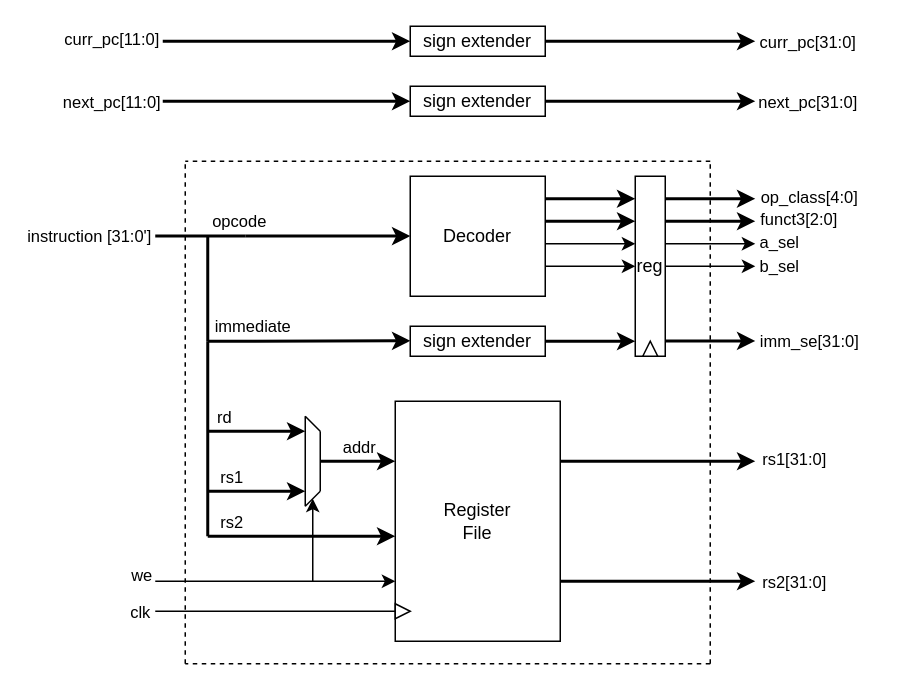
The draw.io diagram docs/images/ID_BD.drawio in mircotoll01/VHDL-RISC-V, before the edit. Source tidied: cells renumbered, new cells numbered last; positions are measured from the earlier drawing's top-left corner, leaving out a move shared by most shapes. Both pictures are drawn from the tidied source at 150%, with x=0, y=0 at pixel (154, 26).
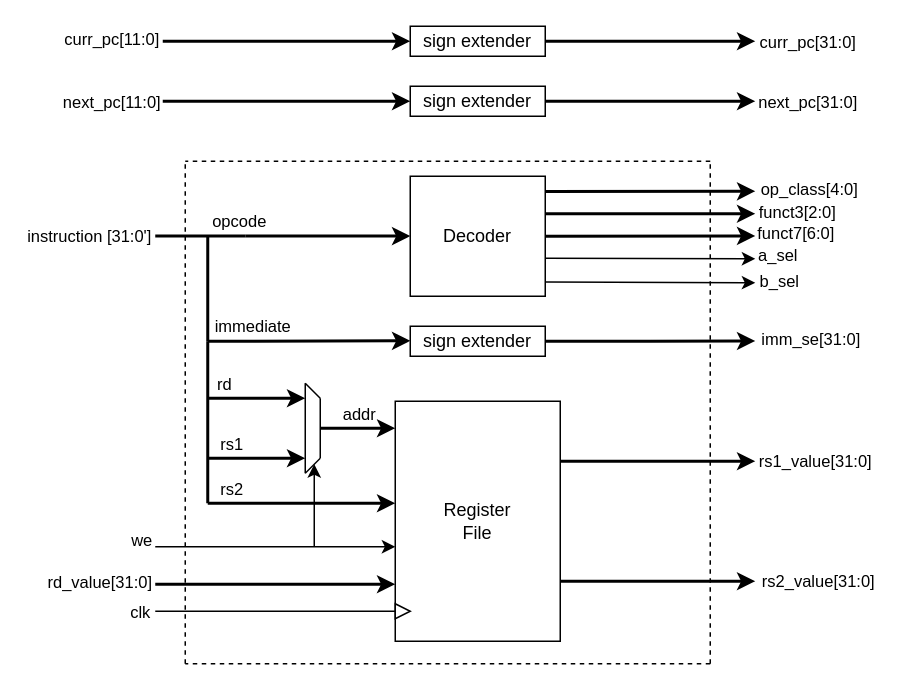
After the change.

Unchanged cells that the change refers to:
```xml
<mxCell id="2" value="&lt;div&gt;Register&lt;/div&gt;&lt;div&gt;File&lt;/div&gt;" style="rounded=0;whiteSpace=wrap;html=1;" parent="1" vertex="1">
  <mxGeometry x="160" y="250" width="110" height="160" as="geometry" />
</mxCell>
<mxCell id="3" value="sign extender" style="rounded=0;whiteSpace=wrap;html=1;" parent="1" vertex="1">
  <mxGeometry x="170" y="200" width="90" height="20" as="geometry" />
</mxCell>
<mxCell id="23" value="Decoder" style="rounded=0;whiteSpace=wrap;html=1;" parent="1" vertex="1">
  <mxGeometry x="170" y="100" width="90" height="80" as="geometry" />
</mxCell>
<mxCell id="36" style="endArrow=classic;html=1;rounded=0;strokeWidth=2;" parent="1" edge="1">
  <mxGeometry relative="1" as="geometry">
    <mxPoint x="270" y="290" as="sourcePoint" />
    <mxPoint x="400" y="290" as="targetPoint" />
  </mxGeometry>
</mxCell>
<mxCell id="38" style="endArrow=classic;html=1;rounded=0;strokeWidth=2;" parent="1" edge="1">
  <mxGeometry relative="1" as="geometry">
    <mxPoint x="270" y="370" as="sourcePoint" />
    <mxPoint x="400" y="370" as="targetPoint" />
  </mxGeometry>
</mxCell>
```

What changed in the source:
```diff
@@
     <mxCell id="4" style="endArrow=none;html=1;rounded=0;" parent="1" edge="1">
       <mxGeometry relative="1" as="geometry">
-        <mxPoint x="100" y="320" as="sourcePoint" />
-        <mxPoint x="110" y="310" as="targetPoint" />
+        <mxPoint x="100" y="298" as="sourcePoint" />
+        <mxPoint x="110" y="288" as="targetPoint" />
       </mxGeometry>
     </mxCell>
     <mxCell id="5" style="endArrow=none;html=1;rounded=0;" parent="1" edge="1">
       <mxGeometry relative="1" as="geometry">
-        <mxPoint x="100" y="260" as="sourcePoint" />
-        <mxPoint x="110" y="270" as="targetPoint" />
+        <mxPoint x="100" y="238" as="sourcePoint" />
+        <mxPoint x="110" y="248" as="targetPoint" />
       </mxGeometry>
     </mxCell>
     <mxCell id="6" style="endArrow=none;html=1;rounded=0;" parent="1" edge="1">
       <mxGeometry relative="1" as="geometry">
-        <mxPoint x="110" y="310" as="sourcePoint" />
-        <mxPoint x="110" y="270" as="targetPoint" />
+        <mxPoint x="110" y="288" as="sourcePoint" />
+        <mxPoint x="110" y="248" as="targetPoint" />
       </mxGeometry>
     </mxCell>
     <mxCell id="7" style="endArrow=none;html=1;rounded=0;" parent="1" edge="1">
       <mxGeometry relative="1" as="geometry">
-        <mxPoint x="100" y="320" as="sourcePoint" />
-        <mxPoint x="100" y="260" as="targetPoint" />
+        <mxPoint x="100" y="298" as="sourcePoint" />
+        <mxPoint x="100" y="238" as="targetPoint" />
       </mxGeometry>
     </mxCell>
-    <mxCell id="8" style="endArrow=classic;html=1;rounded=0;entryX=0;entryY=0.25;entryDx=0;entryDy=0;strokeWidth=2;" parent="1" edge="1" target="2">
+    <mxCell id="8" style="endArrow=classic;html=1;rounded=0;entryX=0;entryY=0.25;entryDx=0;entryDy=0;strokeWidth=2;" parent="1" edge="1">
       <mxGeometry relative="1" as="geometry">
-        <mxPoint x="110" y="290" as="sourcePoint" />
+        <mxPoint x="110" y="268" as="sourcePoint" />
+        <mxPoint x="160" y="268" as="targetPoint" />
       </mxGeometry>
     </mxCell>
@@
     <mxCell id="20" style="endArrow=classic;html=1;rounded=0;" parent="1" edge="1">
       <mxGeometry relative="1" as="geometry">
-        <mxPoint x="105" y="370" as="sourcePoint" />
-        <mxPoint x="105" y="315" as="targetPoint" />
+        <mxPoint x="106" y="347" as="sourcePoint" />
+        <mxPoint x="106" y="292" as="targetPoint" />
       </mxGeometry>
     </mxCell>
-    <mxCell id="21" style="endArrow=classic;html=1;rounded=0;entryX=0;entryY=0.75;entryDx=0;entryDy=0;" parent="1" edge="1" target="2">
+    <mxCell id="21" style="endArrow=classic;html=1;rounded=0;entryX=0;entryY=0.75;entryDx=0;entryDy=0;" parent="1" edge="1">
       <mxGeometry relative="1" as="geometry">
-        <mxPoint y="370" as="sourcePoint" />
+        <mxPoint y="347" as="sourcePoint" />
+        <mxPoint x="160" y="347" as="targetPoint" />
       </mxGeometry>
     </mxCell>
@@
     <mxCell id="24" style="endArrow=classic;html=1;rounded=0;strokeWidth=2;" parent="1" edge="1">
       <mxGeometry relative="1" as="geometry">
-        <mxPoint x="35" y="270" as="sourcePoint" />
-        <mxPoint x="100" y="270" as="targetPoint" />
+        <mxPoint x="35" y="248" as="sourcePoint" />
+        <mxPoint x="100" y="248" as="targetPoint" />
       </mxGeometry>
     </mxCell>
@@
     <mxCell id="26" style="endArrow=classic;html=1;rounded=0;strokeWidth=2;" parent="1" edge="1">
       <mxGeometry relative="1" as="geometry">
-        <mxPoint x="35" y="310" as="sourcePoint" />
-        <mxPoint x="100" y="310" as="targetPoint" />
+        <mxPoint x="35" y="288" as="sourcePoint" />
+        <mxPoint x="100" y="288" as="targetPoint" />
       </mxGeometry>
     </mxCell>
@@
     <mxCell id="30" style="endArrow=none;html=1;rounded=0;strokeWidth=2;" parent="1" edge="1">
       <mxGeometry relative="1" as="geometry">
-        <mxPoint x="35" y="340" as="sourcePoint" />
+        <mxPoint x="35" y="318" as="sourcePoint" />
         <mxPoint x="35" y="210" as="targetPoint" />
       </mxGeometry>
     </mxCell>
@@
-    <mxCell id="37" value="rs1[31:0]" style="edgeLabel;html=1;align=center;verticalAlign=middle;" parent="36" vertex="1">
+    <mxCell id="37" value="rs1_value[31:0]" style="edgeLabel;html=1;align=center;verticalAlign=middle;" parent="36" vertex="1">
       <mxGeometry x="0.09" y="2" relative="1" as="geometry">
-        <mxPoint x="84" as="offset" />
+        <mxPoint x="98" y="1" as="offset" />
       </mxGeometry>
     </mxCell>
@@
-    <mxCell id="39" value="rs2[31:0]" style="edgeLabel;html=1;align=center;verticalAlign=middle;" parent="38" vertex="1">
+    <mxCell id="39" value="rs2_value[31:0]" style="edgeLabel;html=1;align=center;verticalAlign=middle;" parent="38" vertex="1">
       <mxGeometry x="0.71" y="2" relative="1" as="geometry">
-        <mxPoint x="44" y="2" as="offset" />
+        <mxPoint x="60" y="1" as="offset" />
       </mxGeometry>
     </mxCell>
@@
     <mxCell id="43" style="endArrow=classic;html=1;rounded=0;strokeWidth=2;" parent="1" edge="1">
       <mxGeometry relative="1" as="geometry">
-        <mxPoint x="35" y="340" as="sourcePoint" />
-        <mxPoint x="160" y="340" as="targetPoint" />
+        <mxPoint x="35" y="318" as="sourcePoint" />
+        <mxPoint x="160" y="318" as="targetPoint" />
       </mxGeometry>
     </mxCell>
@@
-    <mxCell id="45" value="reg" style="rounded=0;whiteSpace=wrap;html=1;" parent="1" vertex="1">
-      <mxGeometry x="320" y="100" width="20" height="120" as="geometry" />
-    </mxCell>
-    <mxCell id="46" style="triangle;whiteSpace=wrap;html=1;rotation=-90;" parent="1" vertex="1">
-      <mxGeometry x="325" y="210" width="10" height="10" as="geometry" />
-    </mxCell>
-    <mxCell id="47" style="edgeStyle=orthogonalEdgeStyle;rounded=0;jettySize=auto;html=1;exitX=1;exitY=0.5;exitDx=0;exitDy=0;strokeWidth=2;" parent="1" edge="1" source="3">
-      <mxGeometry relative="1" as="geometry">
-        <mxPoint x="320" y="210" as="targetPoint" />
-      </mxGeometry>
-    </mxCell>
-    <mxCell id="48" style="endArrow=classic;html=1;rounded=0;entryX=0;entryY=0.5;entryDx=0;entryDy=0;" parent="1" edge="1">
-      <mxGeometry relative="1" as="geometry">
-        <mxPoint x="260" y="160" as="sourcePoint" />
-        <mxPoint x="320" y="160" as="targetPoint" />
-      </mxGeometry>
-    </mxCell>
-    <mxCell id="49" style="endArrow=classic;html=1;rounded=0;entryX=0;entryY=0.5;entryDx=0;entryDy=0;" parent="1" edge="1">
-      <mxGeometry relative="1" as="geometry">
-        <mxPoint x="260" y="145" as="sourcePoint" />
-        <mxPoint x="320" y="145" as="targetPoint" />
-      </mxGeometry>
-    </mxCell>
-    <mxCell id="50" style="endArrow=classic;html=1;rounded=0;" parent="1" edge="1">
+    <mxCell id="50" style="endArrow=classic;html=1;rounded=0;exitX=1.003;exitY=0.684;exitDx=0;exitDy=0;exitPerimeter=0;" parent="1" edge="1" source="23">
       <mxGeometry relative="1" as="geometry">
-        <mxPoint x="340" y="145" as="sourcePoint" />
-        <mxPoint x="400" y="145" as="targetPoint" />
+        <mxPoint x="400" y="155" as="targetPoint" />
       </mxGeometry>
     </mxCell>
     <mxCell id="51" value="a_sel" style="edgeLabel;html=1;align=center;verticalAlign=middle;" parent="50" vertex="1">
       <mxGeometry x="0.46" y="-4" relative="1" as="geometry">
-        <mxPoint x="31" y="-6" as="offset" />
+        <mxPoint x="52" y="-6" as="offset" />
       </mxGeometry>
     </mxCell>
-    <mxCell id="52" style="endArrow=classic;html=1;rounded=0;" parent="1" edge="1">
+    <mxCell id="52" style="endArrow=classic;html=1;rounded=0;exitX=1.004;exitY=0.881;exitDx=0;exitDy=0;exitPerimeter=0;" parent="1" edge="1" source="23">
       <mxGeometry relative="1" as="geometry">
-        <mxPoint x="340" y="160" as="sourcePoint" />
-        <mxPoint x="400" y="160" as="targetPoint" />
+        <mxPoint x="400" y="171" as="targetPoint" />
       </mxGeometry>
     </mxCell>
     <mxCell id="53" value="&lt;div&gt;b_sel&lt;/div&gt;" style="edgeLabel;html=1;align=center;verticalAlign=middle;" parent="52" vertex="1">
       <mxGeometry x="0.86" y="1" relative="1" as="geometry">
-        <mxPoint x="19" as="offset" />
+        <mxPoint x="25" as="offset" />
       </mxGeometry>
     </mxCell>
-    <mxCell id="54" style="endArrow=classic;html=1;rounded=0;strokeWidth=2;fontStyle=1;" parent="1" edge="1">
-      <mxGeometry relative="1" as="geometry">
-        <mxPoint x="260" y="130" as="sourcePoint" />
-        <mxPoint x="320" y="130" as="targetPoint" />
-      </mxGeometry>
-    </mxCell>
-    <mxCell id="55" style="endArrow=classic;html=1;rounded=0;strokeWidth=2;" parent="1" edge="1">
-      <mxGeometry relative="1" as="geometry">
-        <mxPoint x="260" y="115" as="sourcePoint" />
-        <mxPoint x="320" y="115" as="targetPoint" />
-      </mxGeometry>
-    </mxCell>
-    <mxCell id="56" style="endArrow=classic;html=1;rounded=0;strokeWidth=2;" parent="1" edge="1">
+    <mxCell id="56" style="endArrow=classic;html=1;rounded=0;strokeWidth=2;exitX=1;exitY=0.313;exitDx=0;exitDy=0;exitPerimeter=0;" parent="1" edge="1" source="23">
       <mxGeometry relative="1" as="geometry">
-        <mxPoint x="340" y="130" as="sourcePoint" />
-        <mxPoint x="400" y="130" as="targetPoint" />
+        <mxPoint x="400" y="125" as="targetPoint" />
       </mxGeometry>
     </mxCell>
-    <mxCell id="57" style="endArrow=classic;html=1;rounded=0;strokeWidth=2;" parent="1" edge="1">
+    <mxCell id="57" style="endArrow=classic;html=1;rounded=0;strokeWidth=2;exitX=1.004;exitY=0.128;exitDx=0;exitDy=0;exitPerimeter=0;" parent="1" edge="1" source="23">
       <mxGeometry relative="1" as="geometry">
-        <mxPoint x="340" y="115" as="sourcePoint" />
-        <mxPoint x="400" y="115" as="targetPoint" />
+        <mxPoint x="400" y="110" as="targetPoint" />
       </mxGeometry>
     </mxCell>
     <mxCell id="58" value="funct3[2:0]" style="edgeLabel;html=1;align=center;verticalAlign=middle;" parent="57" vertex="1">
       <mxGeometry x="0.78" y="1" relative="1" as="geometry">
-        <mxPoint x="35" y="14" as="offset" />
+        <mxPoint x="43" y="14" as="offset" />
       </mxGeometry>
     </mxCell>
     <mxCell id="59" value="op_class[4:0]" style="edgeLabel;html=1;align=center;verticalAlign=middle;" parent="57" vertex="1">
       <mxGeometry x="0.13" relative="1" as="geometry">
-        <mxPoint x="61" y="-2" as="offset" />
+        <mxPoint x="96" y="-2" as="offset" />
       </mxGeometry>
     </mxCell>
@@
-    <mxCell id="64" style="edgeStyle=orthogonalEdgeStyle;rounded=0;orthogonalLoop=1;jettySize=auto;html=1;exitX=1;exitY=0.5;exitDx=0;exitDy=0;strokeWidth=2;" parent="1" edge="1">
+    <mxCell id="64" style="edgeStyle=orthogonalEdgeStyle;rounded=0;jettySize=auto;html=1;exitX=1;exitY=0.5;exitDx=0;exitDy=0;strokeWidth=2;" parent="1" edge="1" source="3">
       <mxGeometry relative="1" as="geometry">
-        <mxPoint x="340" y="209.8" as="sourcePoint" />
         <mxPoint x="400" y="209.8" as="targetPoint" />
       </mxGeometry>
     </mxCell>
     <mxCell id="65" value="imm_se[31:0]" style="edgeLabel;html=1;align=center;verticalAlign=middle;" parent="64" vertex="1">
       <mxGeometry x="0.61" relative="1" as="geometry">
-        <mxPoint x="47" as="offset" />
+        <mxPoint x="64" y="-1" as="offset" />
       </mxGeometry>
     </mxCell>
+    <mxCell id="66" style="endArrow=classic;html=1;rounded=0;strokeWidth=2;fontStyle=1;exitX=1;exitY=0.5;exitDx=0;exitDy=0;" parent="1" edge="1" source="23">
+      <mxGeometry relative="1" as="geometry">
+        <mxPoint x="400" y="139.8" as="targetPoint" />
+      </mxGeometry>
+    </mxCell>
+    <mxCell id="67" value="funct7[6:0]" style="edgeLabel;html=1;align=center;verticalAlign=middle;" parent="66" vertex="1">
+      <mxGeometry x="0.33" relative="1" as="geometry">
+        <mxPoint x="74" y="-2" as="offset" />
+      </mxGeometry>
+    </mxCell>
+    <mxCell id="68" style="endArrow=classic;html=1;rounded=0;strokeWidth=2;" parent="1" edge="1">
+      <mxGeometry relative="1" as="geometry">
+        <mxPoint y="372" as="sourcePoint" />
+        <mxPoint x="160" y="372" as="targetPoint" />
+      </mxGeometry>
+    </mxCell>
+    <mxCell id="69" value="rd_value[31:0]" style="edgeLabel;html=1;align=center;verticalAlign=middle;" parent="68" vertex="1">
+      <mxGeometry x="0.71" y="2" relative="1" as="geometry">
+        <mxPoint x="-175" as="offset" />
+      </mxGeometry>
+    </mxCell>
```
